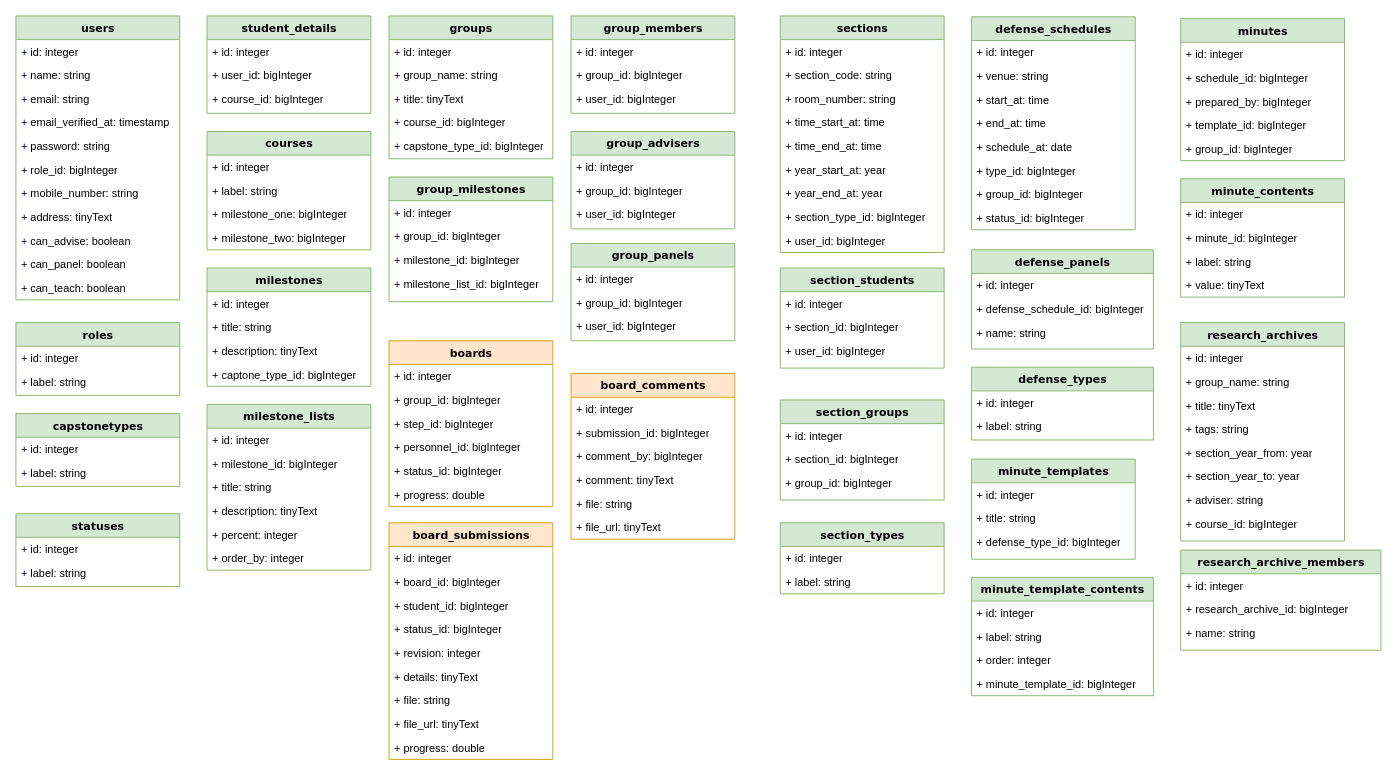
Earlier version of the draw.io diagram database/schema.drawio (elur123/ccerms-api). Source tidied: cells renumbered, new cells numbered last; positions are measured from the earlier drawing's top-left corner, leaving out a move shared by most shapes. Both pictures are drawn from the tidied source at 91%, with x=0, y=0 at pixel (15, 15).
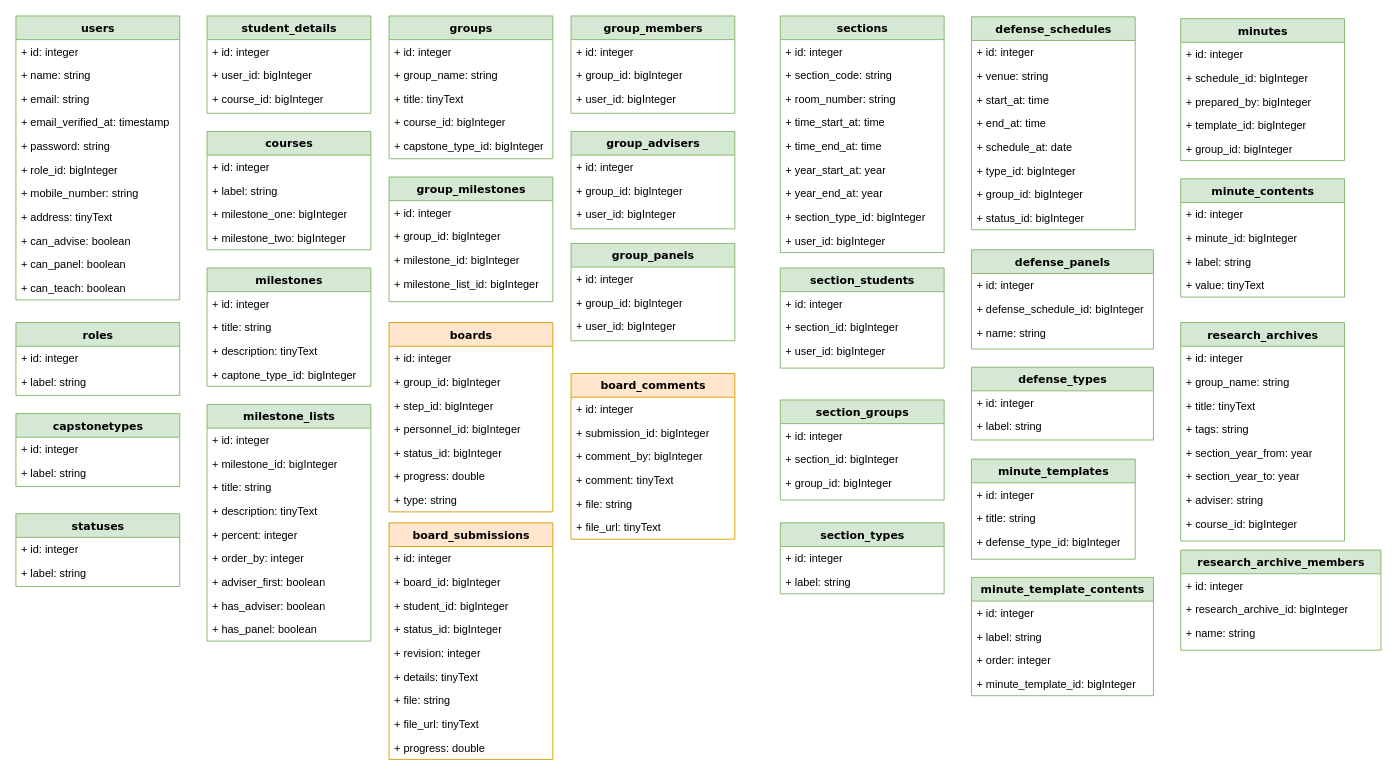
Above is the later version.

What changed in the source:
```diff
@@
     <mxCell id="31" value="milestone_lists" style="swimlane;html=1;fontStyle=1;align=center;verticalAlign=top;horizontal=1;startSize=26;swimlaneFillColor=#ffffff;rounded=0;shadow=0;comic=0;labelBackgroundColor=none;strokeWidth=1;fillColor=#d5e8d4;fontFamily=Verdana;fontSize=12;strokeColor=#82b366;" parent="1" vertex="1">
-      <mxGeometry x="210" y="427" width="180" height="182" as="geometry" />
+      <mxGeometry x="210" y="427" width="180" height="260" as="geometry" />
     </mxCell>
@@
+    <mxCell id="161" value="+ adviser_first: boolean" style="text;html=1;strokeColor=none;fillColor=none;align=left;verticalAlign=top;spacingLeft=4;spacingRight=4;whiteSpace=wrap;overflow=hidden;" parent="31" vertex="1">
+      <mxGeometry y="182" width="180" height="26" as="geometry" />
+    </mxCell>
+    <mxCell id="162" value="+ has_adviser: boolean" style="text;html=1;strokeColor=none;fillColor=none;align=left;verticalAlign=top;spacingLeft=4;spacingRight=4;whiteSpace=wrap;overflow=hidden;" parent="31" vertex="1">
+      <mxGeometry y="208" width="180" height="26" as="geometry" />
+    </mxCell>
+    <mxCell id="163" value="+ has_panel: boolean" style="text;html=1;strokeColor=none;fillColor=none;align=left;verticalAlign=top;spacingLeft=4;spacingRight=4;whiteSpace=wrap;overflow=hidden;" parent="31" vertex="1">
+      <mxGeometry y="234" width="180" height="26" as="geometry" />
+    </mxCell>
@@
     <mxCell id="137" value="boards" style="swimlane;html=1;fontStyle=1;align=center;verticalAlign=top;horizontal=1;startSize=26;swimlaneFillColor=#ffffff;rounded=0;shadow=0;comic=0;labelBackgroundColor=none;strokeWidth=1;fillColor=#ffe6cc;fontFamily=Verdana;fontSize=12;strokeColor=#d79b00;" parent="1" vertex="1">
-      <mxGeometry x="410" y="357" width="180" height="182" as="geometry" />
+      <mxGeometry x="410" y="337" width="180" height="208" as="geometry" />
     </mxCell>
@@
+    <mxCell id="164" value="+ type: string" style="text;html=1;strokeColor=none;fillColor=none;align=left;verticalAlign=top;spacingLeft=4;spacingRight=4;whiteSpace=wrap;overflow=hidden;" parent="137" vertex="1">
+      <mxGeometry y="182" width="180" height="26" as="geometry" />
+    </mxCell>
```
